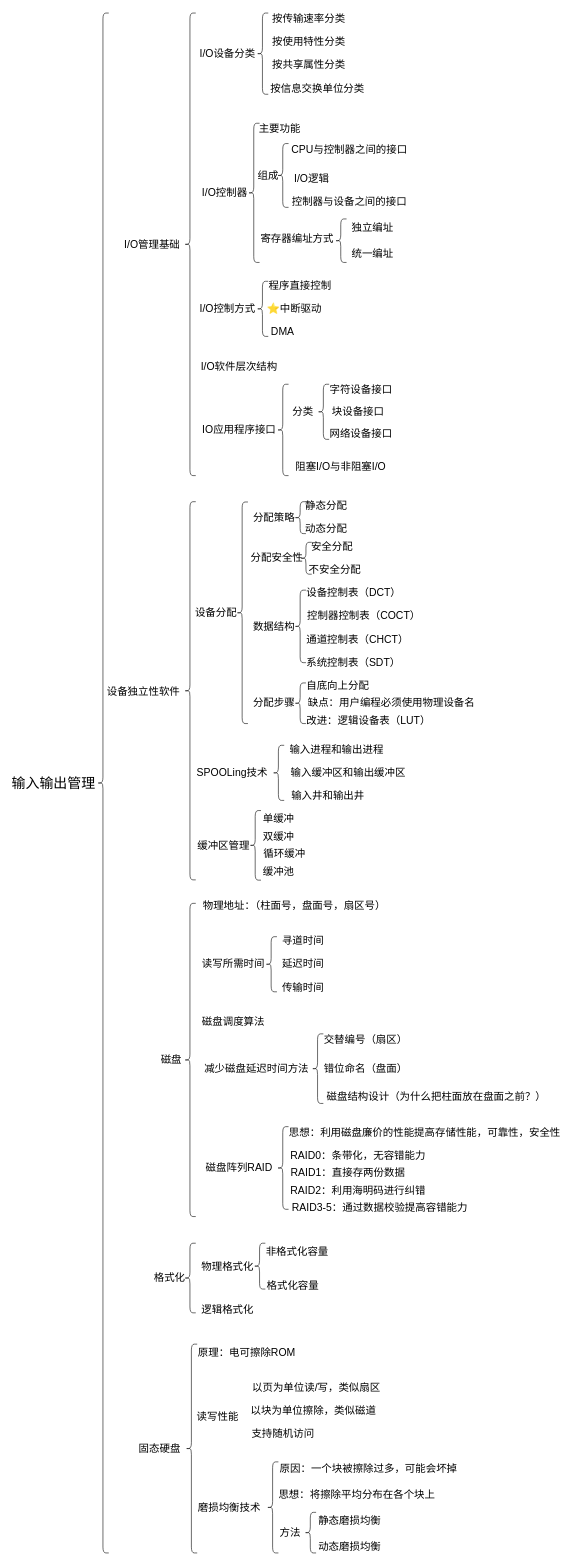
2968392441/draw keeps this draw.io diagram as page "第 5 页" (5 of 6) of 操作系统.drawio. Above is the earlier version. Source tidied: cells renumbered, new cells numbered last; positions are measured from the earlier drawing's top-left corner, leaving out a move shared by most shapes. Both pictures are drawn from the tidied source at 58%, with x=0, y=0 at pixel (10, 10).
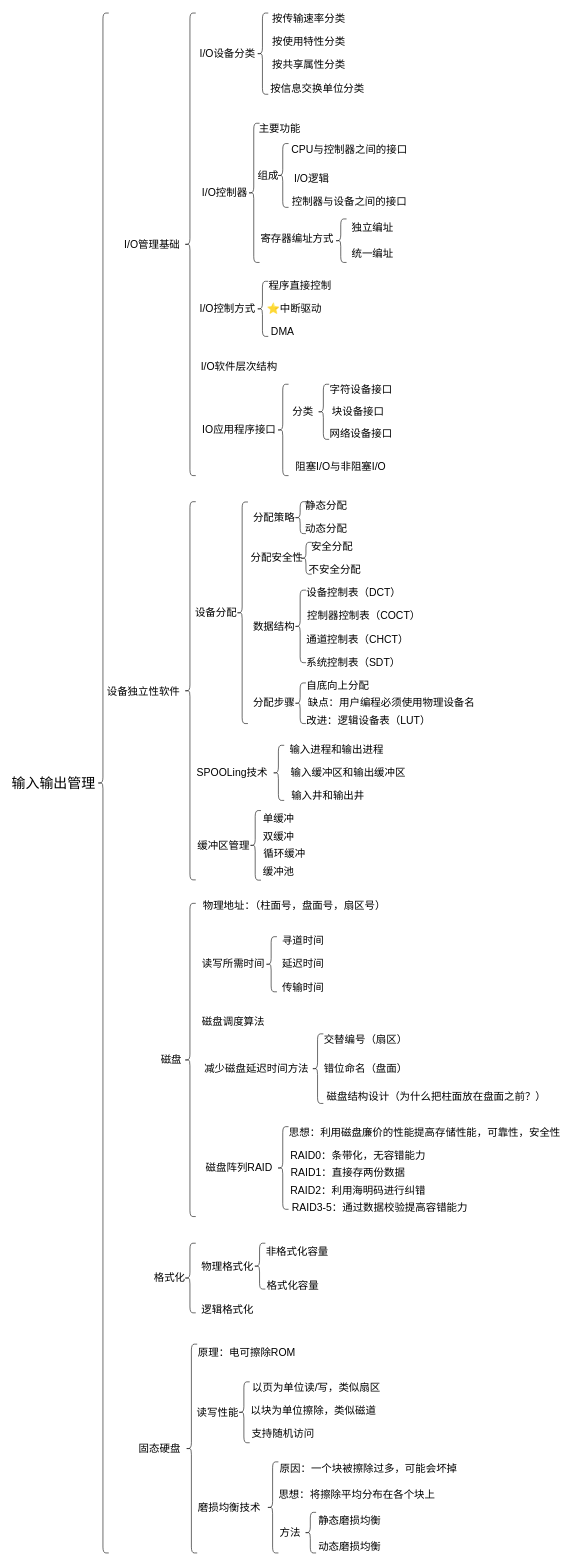
The same page after the edit.

Commit message (it also covers changes not shown here):
更新操作系统.drawio

Diff of the diagram source:
```diff
@@
     <mxCell id="43" value="&lt;span style=&quot;font-size: 18px;&quot;&gt;读写性能&lt;/span&gt;" style="text;html=1;whiteSpace=wrap;strokeColor=none;fillColor=none;align=center;verticalAlign=middle;rounded=0;" parent="1" vertex="1">
-      <mxGeometry x="312.5" y="2410" width="90" height="30" as="geometry" />
+      <mxGeometry x="312.5" y="2402.5" width="90" height="30" as="geometry" />
     </mxCell>
@@
+    <mxCell id="115" style="shape=curlyBracket;whiteSpace=wrap;html=1;rounded=1;labelPosition=left;verticalLabelPosition=middle;align=right;verticalAlign=middle;" parent="1" vertex="1">
+      <mxGeometry x="393" y="2365" width="20" height="105" as="geometry" />
+    </mxCell>
```
